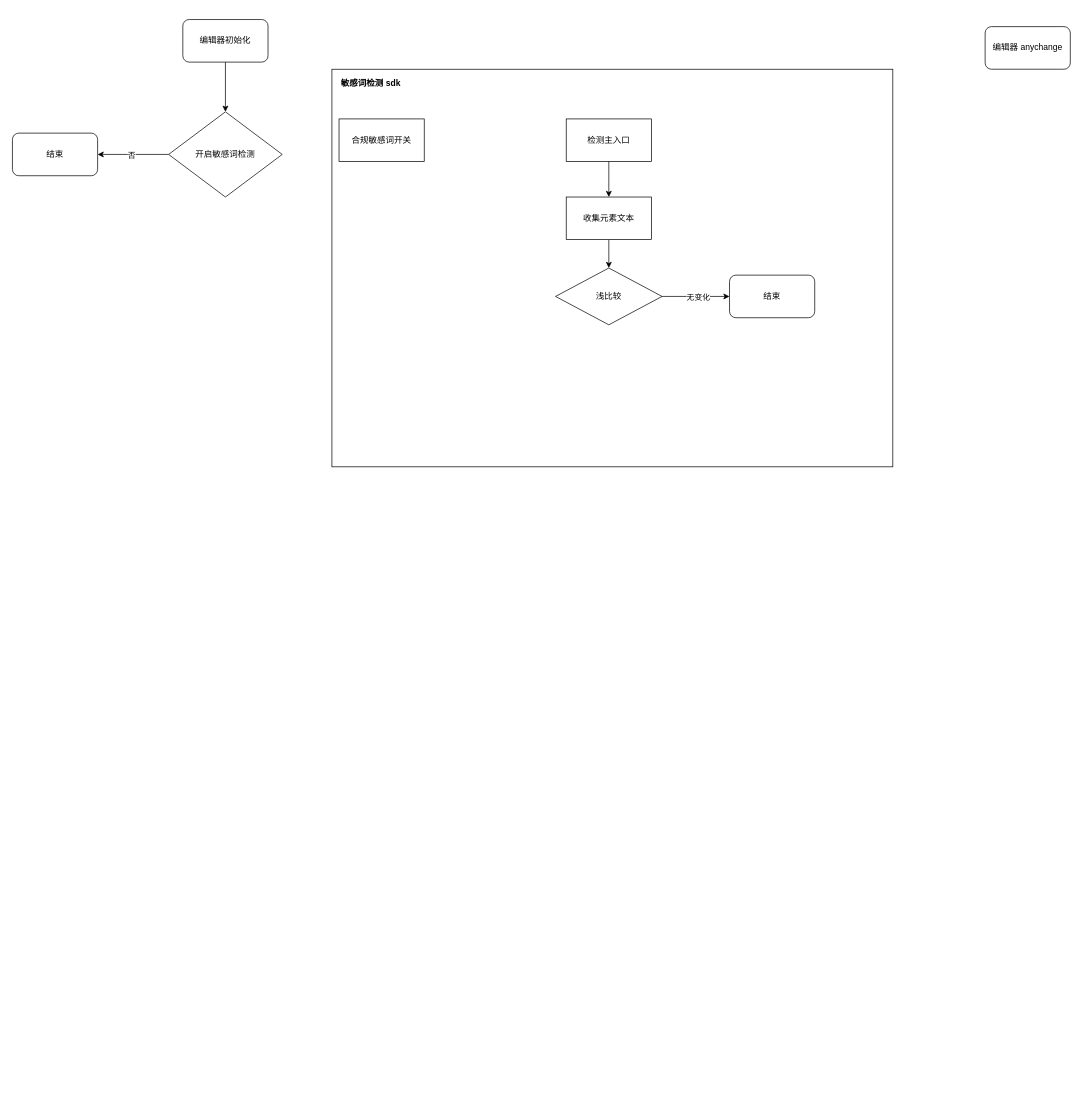
Before: worker/ka 敏感词检测.drawio in TNT-Likely/diagrams, a draw.io diagram. Source tidied: cells renumbered, new cells numbered last; positions are measured from the earlier drawing's top-left corner, leaving out a move shared by most shapes. Both pictures are drawn from the tidied source at 71%, with x=0, y=0 at pixel (12, 19).
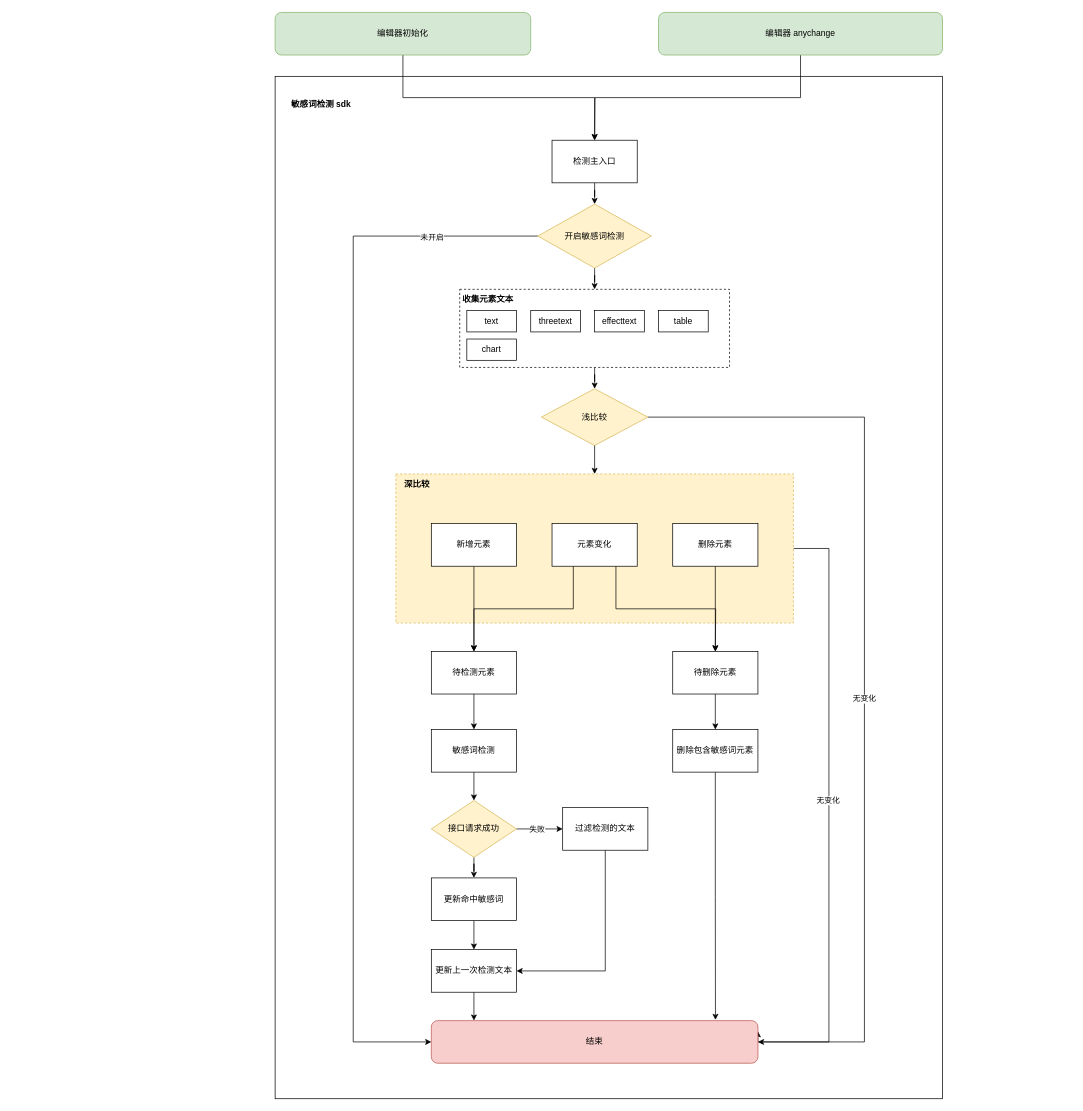
Above is the later version.

Commit message (it also covers changes not shown here):
更新ka 敏感词检测.drawio

Change to the diagram source:
```diff
@@
-    <mxCell id="2" style="edgeStyle=orthogonalEdgeStyle;rounded=0;jettySize=auto;html=1;" parent="1" edge="1" source="3" target="19">
-      <mxGeometry relative="1" as="geometry" />
-    </mxCell>
+    <mxCell id="6" style="rounded=0;whiteSpace=wrap;html=1;" parent="1" vertex="1">
+      <mxGeometry x="370" y="80" width="940" height="1440" as="geometry" />
+    </mxCell>
+    <mxCell id="21" style="edgeStyle=orthogonalEdgeStyle;rounded=0;jettySize=auto;html=1;exitX=0.5;exitY=1;exitDx=0;exitDy=0;entryX=0.5;entryY=0;entryDx=0;entryDy=0;" parent="1" edge="1" source="3" target="9">
+      <mxGeometry relative="1" as="geometry" />
+    </mxCell>
-    <mxCell id="3" value="编辑器初始化" style="rounded=1;whiteSpace=wrap;html=1;" parent="1" vertex="1">
-      <mxGeometry x="240" width="120" height="60" as="geometry" />
+    <mxCell id="3" value="编辑器初始化" style="rounded=1;whiteSpace=wrap;html=1;fillColor=#d5e8d4;strokeColor=#82b366;" parent="1" vertex="1">
+      <mxGeometry x="370" y="-10" width="360" height="60" as="geometry" />
     </mxCell>
+    <mxCell id="22" style="edgeStyle=orthogonalEdgeStyle;rounded=0;jettySize=auto;html=1;exitX=0.5;exitY=1;exitDx=0;exitDy=0;" parent="1" edge="1" source="4">
+      <mxGeometry relative="1" as="geometry">
+        <mxPoint x="820" y="170" as="targetPoint" />
+      </mxGeometry>
+    </mxCell>
-    <mxCell id="4" value="编辑器 anychange" style="rounded=1;whiteSpace=wrap;html=1;" parent="1" vertex="1">
-      <mxGeometry x="1370" y="10" width="120" height="60" as="geometry" />
+    <mxCell id="4" value="编辑器 anychange" style="rounded=1;whiteSpace=wrap;html=1;fillColor=#d5e8d4;strokeColor=#82b366;" parent="1" vertex="1">
+      <mxGeometry x="910" y="-10" width="400" height="60" as="geometry" />
     </mxCell>
-    <mxCell id="5" style="group;" parent="1" vertex="1">
-      <mxGeometry x="450" y="70" width="790" height="560" as="geometry" />
-    </mxCell>
-    <mxCell id="6" style="rounded=0;whiteSpace=wrap;html=1;" parent="5" vertex="1">
-      <mxGeometry width="790" height="560" as="geometry" />
-    </mxCell>
-    <mxCell id="7" value="敏感词检测 sdk" style="text;html=1;strokeColor=none;fillColor=none;align=center;verticalAlign=middle;whiteSpace=wrap;rounded=0;fontStyle=1;fontSize=12;" parent="5" vertex="1">
-      <mxGeometry x="10" y="10" width="90" height="20" as="geometry" />
+    <mxCell id="7" value="敏感词检测 sdk" style="text;html=1;strokeColor=none;fillColor=none;align=center;verticalAlign=middle;whiteSpace=wrap;rounded=0;fontStyle=1;fontSize=12;" parent="1" vertex="1">
+      <mxGeometry x="390" y="110" width="90" height="20" as="geometry" />
     </mxCell>
-    <mxCell id="8" value="合规敏感词开关" style="rounded=0;whiteSpace=wrap;html=1;" parent="5" vertex="1">
-      <mxGeometry x="10" y="70" width="120" height="60" as="geometry" />
-    </mxCell>
+    <mxCell id="23" style="edgeStyle=orthogonalEdgeStyle;rounded=0;jettySize=auto;html=1;" parent="1" edge="1" source="9" target="19">
+      <mxGeometry relative="1" as="geometry" />
+    </mxCell>
-    <mxCell id="9" value="检测主入口" style="rounded=0;whiteSpace=wrap;html=1;" parent="5" vertex="1">
-      <mxGeometry x="330" y="70" width="120" height="60" as="geometry" />
+    <mxCell id="9" value="检测主入口" style="rounded=0;whiteSpace=wrap;html=1;" parent="1" vertex="1">
+      <mxGeometry x="760" y="170" width="120" height="60" as="geometry" />
     </mxCell>
-    <mxCell id="10" style="edgeStyle=orthogonalEdgeStyle;rounded=0;jettySize=auto;html=1;" parent="5" edge="1" source="11" target="15">
+    <mxCell id="10" style="edgeStyle=orthogonalEdgeStyle;rounded=0;jettySize=auto;html=1;" parent="1" edge="1" source="11" target="15">
       <mxGeometry relative="1" as="geometry" />
     </mxCell>
-    <mxCell id="11" value="收集元素文本" style="rounded=0;whiteSpace=wrap;html=1;" parent="5" vertex="1">
-      <mxGeometry x="330" y="180" width="120" height="60" as="geometry" />
+    <mxCell id="11" style="rounded=0;whiteSpace=wrap;html=1;dashed=1;" parent="1" vertex="1">
+      <mxGeometry x="630" y="380" width="380" height="110" as="geometry" />
     </mxCell>
-    <mxCell id="12" style="edgeStyle=orthogonalEdgeStyle;rounded=0;jettySize=auto;html=1;" parent="5" edge="1" source="9" target="11">
-      <mxGeometry relative="1" as="geometry" />
-    </mxCell>
-    <mxCell id="13" style="edgeStyle=orthogonalEdgeStyle;rounded=0;jettySize=auto;html=1;" parent="5" edge="1" source="15" target="16">
-      <mxGeometry relative="1" as="geometry" />
+    <mxCell id="13" style="edgeStyle=orthogonalEdgeStyle;rounded=0;jettySize=auto;html=1;entryX=1;entryY=0.5;entryDx=0;entryDy=0;exitX=1;exitY=0.5;exitDx=0;exitDy=0;" parent="1" edge="1" source="15" target="49">
+      <mxGeometry relative="1" as="geometry">
+        <Array as="points">
+          <mxPoint x="1200" y="560" />
+          <mxPoint x="1200" y="1440" />
+        </Array>
+      </mxGeometry>
     </mxCell>
@@
-    <mxCell id="15" value="浅比较" style="rhombus;whiteSpace=wrap;html=1;" parent="5" vertex="1">
-      <mxGeometry x="315" y="280" width="150" height="80" as="geometry" />
+    <mxCell id="15" value="浅比较" style="rhombus;whiteSpace=wrap;html=1;fillColor=#fff2cc;strokeColor=#d6b656;" parent="1" vertex="1">
+      <mxGeometry x="745" y="520" width="150" height="80" as="geometry" />
     </mxCell>
-    <mxCell id="16" value="结束" style="rounded=1;whiteSpace=wrap;html=1;" parent="5" vertex="1">
-      <mxGeometry x="560" y="290" width="120" height="60" as="geometry" />
-    </mxCell>
-    <mxCell id="17" style="edgeStyle=orthogonalEdgeStyle;rounded=0;jettySize=auto;html=1;" parent="1" edge="1" source="19" target="20">
-      <mxGeometry relative="1" as="geometry" />
-    </mxCell>
-    <mxCell id="18" value="否" style="edgeLabel;html=1;align=center;verticalAlign=middle;" parent="17" vertex="1">
-      <mxGeometry x="0.06" y="1" relative="1" as="geometry" />
-    </mxCell>
+    <mxCell id="24" style="edgeStyle=orthogonalEdgeStyle;rounded=0;jettySize=auto;html=1;exitX=1;exitY=0.5;exitDx=0;exitDy=0;entryX=1;entryY=0.25;entryDx=0;entryDy=0;" parent="1" edge="1" source="26" target="49">
+      <mxGeometry relative="1" as="geometry">
+        <Array as="points">
+          <mxPoint x="1150" y="745" />
+          <mxPoint x="1150" y="1440" />
+          <mxPoint x="1050" y="1440" />
+        </Array>
+      </mxGeometry>
+    </mxCell>
+    <mxCell id="25" value="无变化" style="edgeLabel;html=1;align=center;verticalAlign=middle;" parent="24" vertex="1">
+      <mxGeometry x="-0.06" y="-2" relative="1" as="geometry" />
+    </mxCell>
+    <mxCell id="26" style="whiteSpace=wrap;html=1;dashed=1;fillColor=#fff2cc;strokeColor=#d6b656;" parent="1" vertex="1">
+      <mxGeometry x="540" y="640" width="560" height="210" as="geometry" />
+    </mxCell>
+    <mxCell id="27" style="edgeStyle=orthogonalEdgeStyle;rounded=0;jettySize=auto;html=1;" parent="1" edge="1" source="15" target="26">
+      <mxGeometry relative="1" as="geometry" />
+    </mxCell>
+    <mxCell id="28" style="edgeStyle=orthogonalEdgeStyle;rounded=0;jettySize=auto;html=1;exitX=0.5;exitY=1;exitDx=0;exitDy=0;entryX=0.5;entryY=0;entryDx=0;entryDy=0;" parent="1" edge="1" source="29" target="36">
+      <mxGeometry relative="1" as="geometry" />
+    </mxCell>
+    <mxCell id="29" value="新增元素" style="rounded=0;whiteSpace=wrap;html=1;" parent="1" vertex="1">
+      <mxGeometry x="590" y="710" width="120" height="60" as="geometry" />
+    </mxCell>
+    <mxCell id="30" style="edgeStyle=orthogonalEdgeStyle;rounded=0;jettySize=auto;html=1;exitX=0.5;exitY=1;exitDx=0;exitDy=0;" parent="1" edge="1" source="31">
+      <mxGeometry relative="1" as="geometry">
+        <mxPoint x="990" y="890" as="targetPoint" />
+      </mxGeometry>
+    </mxCell>
+    <mxCell id="31" value="删除元素" style="rounded=0;whiteSpace=wrap;html=1;" parent="1" vertex="1">
+      <mxGeometry x="930" y="710" width="120" height="60" as="geometry" />
+    </mxCell>
+    <mxCell id="32" style="edgeStyle=orthogonalEdgeStyle;rounded=0;jettySize=auto;html=1;exitX=0.25;exitY=1;exitDx=0;exitDy=0;entryX=0.5;entryY=0;entryDx=0;entryDy=0;" parent="1" edge="1" source="34" target="36">
+      <mxGeometry relative="1" as="geometry" />
+    </mxCell>
+    <mxCell id="33" style="edgeStyle=orthogonalEdgeStyle;rounded=0;jettySize=auto;html=1;exitX=0.75;exitY=1;exitDx=0;exitDy=0;" parent="1" edge="1" source="34">
+      <mxGeometry relative="1" as="geometry">
+        <mxPoint x="990" y="890" as="targetPoint" />
+      </mxGeometry>
+    </mxCell>
+    <mxCell id="34" value="元素变化" style="rounded=0;whiteSpace=wrap;html=1;" parent="1" vertex="1">
+      <mxGeometry x="760" y="710" width="120" height="60" as="geometry" />
+    </mxCell>
+    <mxCell id="35" style="edgeStyle=orthogonalEdgeStyle;rounded=0;jettySize=auto;html=1;" parent="1" edge="1" source="36" target="38">
+      <mxGeometry relative="1" as="geometry" />
+    </mxCell>
+    <mxCell id="36" value="待检测元素" style="rounded=0;whiteSpace=wrap;html=1;" parent="1" vertex="1">
+      <mxGeometry x="590" y="890" width="120" height="60" as="geometry" />
+    </mxCell>
+    <mxCell id="37" style="edgeStyle=orthogonalEdgeStyle;rounded=0;jettySize=auto;html=1;" parent="1" edge="1" source="38" target="42">
+      <mxGeometry relative="1" as="geometry" />
+    </mxCell>
+    <mxCell id="38" value="敏感词检测" style="rounded=0;whiteSpace=wrap;html=1;" parent="1" vertex="1">
+      <mxGeometry x="590" y="1000" width="120" height="60" as="geometry" />
+    </mxCell>
+    <mxCell id="39" style="edgeStyle=orthogonalEdgeStyle;rounded=0;jettySize=auto;html=1;" parent="1" edge="1" source="42" target="46">
+      <mxGeometry relative="1" as="geometry" />
+    </mxCell>
+    <mxCell id="40" style="edgeStyle=orthogonalEdgeStyle;rounded=0;jettySize=auto;html=1;" parent="1" edge="1" source="42" target="44">
+      <mxGeometry relative="1" as="geometry" />
+    </mxCell>
+    <mxCell id="41" value="失败" style="edgeLabel;html=1;align=center;verticalAlign=middle;" parent="40" vertex="1">
+      <mxGeometry x="-0.14" relative="1" as="geometry" />
+    </mxCell>
+    <mxCell id="42" value="接口请求成功" style="rhombus;whiteSpace=wrap;html=1;fillColor=#fff2cc;strokeColor=#d6b656;" parent="1" vertex="1">
+      <mxGeometry x="590" y="1100" width="120" height="80" as="geometry" />
+    </mxCell>
+    <mxCell id="43" style="edgeStyle=orthogonalEdgeStyle;rounded=0;jettySize=auto;html=1;exitX=0.5;exitY=1;exitDx=0;exitDy=0;entryX=1;entryY=0.5;entryDx=0;entryDy=0;" parent="1" edge="1" source="44" target="48">
+      <mxGeometry relative="1" as="geometry" />
+    </mxCell>
+    <mxCell id="44" value="过滤检测的文本" style="rounded=0;whiteSpace=wrap;html=1;" parent="1" vertex="1">
+      <mxGeometry x="775" y="1110" width="120" height="60" as="geometry" />
+    </mxCell>
+    <mxCell id="45" style="edgeStyle=orthogonalEdgeStyle;rounded=0;jettySize=auto;html=1;" parent="1" edge="1" source="46" target="48">
+      <mxGeometry relative="1" as="geometry" />
+    </mxCell>
+    <mxCell id="46" value="更新命中敏感词" style="rounded=0;whiteSpace=wrap;html=1;" parent="1" vertex="1">
+      <mxGeometry x="590" y="1209" width="120" height="60" as="geometry" />
+    </mxCell>
+    <mxCell id="47" style="edgeStyle=orthogonalEdgeStyle;rounded=0;jettySize=auto;html=1;" parent="1" edge="1" source="48" target="49">
+      <mxGeometry relative="1" as="geometry">
+        <Array as="points">
+          <mxPoint x="650" y="1410" />
+          <mxPoint x="650" y="1410" />
+        </Array>
+      </mxGeometry>
+    </mxCell>
+    <mxCell id="48" value="更新上一次检测文本" style="rounded=0;whiteSpace=wrap;html=1;" parent="1" vertex="1">
+      <mxGeometry x="590" y="1310" width="120" height="60" as="geometry" />
+    </mxCell>
+    <mxCell id="49" value="结束" style="rounded=1;whiteSpace=wrap;html=1;fillColor=#f8cecc;strokeColor=#b85450;" parent="1" vertex="1">
+      <mxGeometry x="590" y="1410" width="460" height="60" as="geometry" />
+    </mxCell>
+    <mxCell id="50" style="edgeStyle=orthogonalEdgeStyle;rounded=0;jettySize=auto;html=1;" parent="1" edge="1" source="51" target="53">
+      <mxGeometry relative="1" as="geometry" />
+    </mxCell>
+    <mxCell id="51" value="待删除元素" style="rounded=0;whiteSpace=wrap;html=1;" parent="1" vertex="1">
+      <mxGeometry x="930" y="890" width="120" height="60" as="geometry" />
+    </mxCell>
+    <mxCell id="52" style="edgeStyle=orthogonalEdgeStyle;rounded=0;jettySize=auto;html=1;exitX=0.5;exitY=1;exitDx=0;exitDy=0;entryX=0.87;entryY=-0.017;entryDx=0;entryDy=0;entryPerimeter=0;" parent="1" edge="1" source="53" target="49">
+      <mxGeometry relative="1" as="geometry" />
+    </mxCell>
+    <mxCell id="53" value="删除包含敏感词元素" style="rounded=0;whiteSpace=wrap;html=1;" parent="1" vertex="1">
+      <mxGeometry x="930" y="1000" width="120" height="60" as="geometry" />
+    </mxCell>
+    <mxCell id="54" value="深比较" style="text;html=1;strokeColor=none;fillColor=none;align=center;verticalAlign=middle;whiteSpace=wrap;rounded=0;fontStyle=1;" parent="1" vertex="1">
+      <mxGeometry x="540" y="640" width="60" height="30" as="geometry" />
+    </mxCell>
+    <mxCell id="55" style="edgeStyle=orthogonalEdgeStyle;rounded=0;jettySize=auto;html=1;" parent="1" edge="1" source="19" target="11">
+      <mxGeometry relative="1" as="geometry" />
+    </mxCell>
+    <mxCell id="56" style="edgeStyle=orthogonalEdgeStyle;rounded=0;jettySize=auto;html=1;exitX=0;exitY=0.5;exitDx=0;exitDy=0;entryX=0;entryY=0.5;entryDx=0;entryDy=0;" parent="1" edge="1" source="19" target="49">
+      <mxGeometry relative="1" as="geometry">
+        <Array as="points">
+          <mxPoint x="480" y="305" />
+          <mxPoint x="480" y="1440" />
+        </Array>
+      </mxGeometry>
+    </mxCell>
+    <mxCell id="57" value="未开启" style="edgeLabel;html=1;align=center;verticalAlign=middle;" parent="56" vertex="1">
+      <mxGeometry x="-0.8" y="1" relative="1" as="geometry" />
+    </mxCell>
-    <mxCell id="19" value="开启敏感词检测" style="rhombus;whiteSpace=wrap;html=1;" parent="1" vertex="1">
-      <mxGeometry x="220" y="130" width="160" height="120" as="geometry" />
+    <mxCell id="19" value="开启敏感词检测" style="rhombus;whiteSpace=wrap;html=1;fillColor=#fff2cc;strokeColor=#d6b656;" parent="1" vertex="1">
+      <mxGeometry x="740" y="260" width="160" height="90" as="geometry" />
     </mxCell>
-    <mxCell id="20" value="结束" style="rounded=1;whiteSpace=wrap;html=1;" parent="1" vertex="1">
-      <mxGeometry y="160" width="120" height="60" as="geometry" />
-    </mxCell>
+    <mxCell id="58" value="收集元素文本" style="text;html=1;strokeColor=none;fillColor=none;align=center;verticalAlign=middle;whiteSpace=wrap;rounded=0;fontStyle=1;" parent="1" vertex="1">
+      <mxGeometry x="630" y="380" width="80" height="30" as="geometry" />
+    </mxCell>
+    <mxCell id="59" value="text" style="rounded=0;whiteSpace=wrap;html=1;" parent="1" vertex="1">
+      <mxGeometry x="640" y="410" width="70" height="30" as="geometry" />
+    </mxCell>
+    <mxCell id="60" value="threetext" style="rounded=0;whiteSpace=wrap;html=1;" parent="1" vertex="1">
+      <mxGeometry x="730" y="410" width="70" height="30" as="geometry" />
+    </mxCell>
+    <mxCell id="61" value="effecttext" style="rounded=0;whiteSpace=wrap;html=1;" parent="1" vertex="1">
+      <mxGeometry x="820" y="410" width="70" height="30" as="geometry" />
+    </mxCell>
+    <mxCell id="62" value="table" style="rounded=0;whiteSpace=wrap;html=1;" parent="1" vertex="1">
+      <mxGeometry x="910" y="410" width="70" height="30" as="geometry" />
+    </mxCell>
+    <mxCell id="63" value="chart" style="rounded=0;whiteSpace=wrap;html=1;" parent="1" vertex="1">
+      <mxGeometry x="640" y="450" width="70" height="30" as="geometry" />
+    </mxCell>
```
